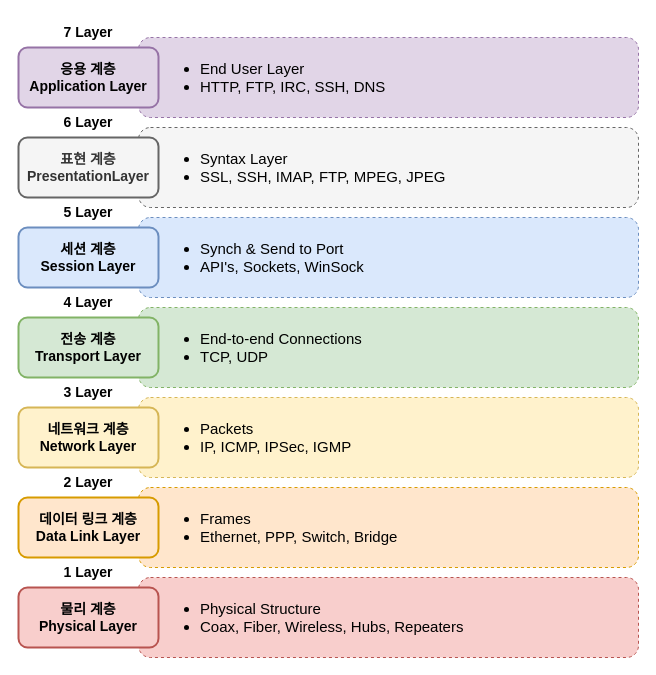
Above: page "OSI 7 Layer" (3 of 4) of assets/drawio/network-traffic-load-balancing.drawio in kos5667/kos5667.github.io (draw.io), before the change. Source tidied: cells renumbered, new cells numbered last; positions are measured from the earlier drawing's top-left corner, leaving out a move shared by most shapes. Both pictures are drawn from the tidied source at 100%, with x=0, y=0 at pixel (18, 17).
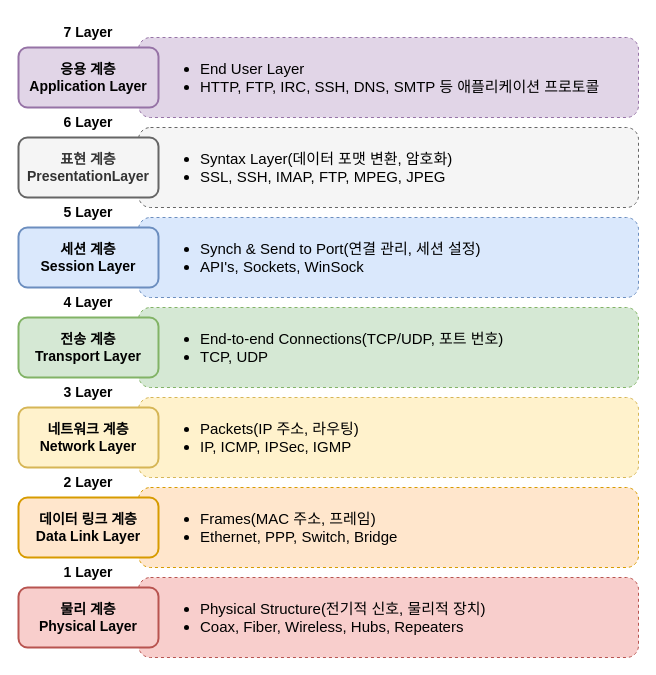
The same diagram, later.

Commit message:
type: 작성중 body: network-traffic-load-balancing.drawio

The change refers to these unchanged cells:
```xml
<mxCell id="3" style="rounded=1;whiteSpace=wrap;html=1;fillColor=#f5f5f5;fontColor=#333333;strokeColor=#666666;dashed=1;" parent="1" vertex="1">
  <mxGeometry x="120" y="110" width="500" height="80" as="geometry" />
</mxCell>
<mxCell id="5" style="rounded=1;whiteSpace=wrap;html=1;fillColor=#dae8fc;strokeColor=#6c8ebf;dashed=1;" parent="1" vertex="1">
  <mxGeometry x="120" y="200" width="500" height="80" as="geometry" />
</mxCell>
<mxCell id="7" style="rounded=1;whiteSpace=wrap;html=1;fillColor=#d5e8d4;strokeColor=#82b366;dashed=1;" parent="1" vertex="1">
  <mxGeometry x="120" y="290" width="500" height="80" as="geometry" />
</mxCell>
<mxCell id="9" style="rounded=1;whiteSpace=wrap;html=1;fillColor=#fff2cc;strokeColor=#d6b656;dashed=1;" parent="1" vertex="1">
  <mxGeometry x="120" y="380" width="500" height="80" as="geometry" />
</mxCell>
<mxCell id="11" style="rounded=1;whiteSpace=wrap;html=1;fillColor=#ffe6cc;strokeColor=#d79b00;dashed=1;" parent="1" vertex="1">
  <mxGeometry x="120" y="470" width="500" height="80" as="geometry" />
</mxCell>
<mxCell id="13" style="rounded=1;whiteSpace=wrap;html=1;fillColor=#f8cecc;strokeColor=#b85450;dashed=1;" parent="1" vertex="1">
  <mxGeometry x="120" y="560" width="500" height="80" as="geometry" />
</mxCell>
```

Diff of the diagram source:
```diff
@@
-    <mxCell id="4" value="&lt;ul style=&quot;font-size: 15px;&quot;&gt;&lt;li style=&quot;font-size: 15px;&quot;&gt;Syntax Layer&lt;/li&gt;&lt;li style=&quot;font-size: 15px;&quot;&gt;SSL, SSH, IMAP, FTP, MPEG, JPEG&lt;/li&gt;&lt;/ul&gt;" style="text;html=1;strokeColor=none;fillColor=none;align=left;verticalAlign=middle;whiteSpace=wrap;rounded=0;fontSize=15;" parent="3" vertex="1">
+    <mxCell id="4" value="&lt;ul style=&quot;font-size: 15px;&quot;&gt;&lt;li style=&quot;font-size: 15px;&quot;&gt;Syntax Layer(데이터 포맷 변환, 암호화)&lt;/li&gt;&lt;li style=&quot;font-size: 15px;&quot;&gt;SSL, SSH, IMAP, FTP, MPEG, JPEG&lt;/li&gt;&lt;/ul&gt;" style="text;html=1;strokeColor=none;fillColor=none;align=left;verticalAlign=middle;whiteSpace=wrap;rounded=0;fontSize=15;" parent="3" vertex="1">
       <mxGeometry x="20" y="10" width="466" height="60" as="geometry" />
     </mxCell>
@@
-    <mxCell id="6" value="&lt;ul style=&quot;font-size: 15px;&quot;&gt;&lt;li style=&quot;font-size: 15px;&quot;&gt;Synch &amp;amp; Send to Port&lt;/li&gt;&lt;li style=&quot;font-size: 15px;&quot;&gt;API's, Sockets, WinSock&lt;/li&gt;&lt;/ul&gt;" style="text;html=1;strokeColor=none;fillColor=none;align=left;verticalAlign=middle;whiteSpace=wrap;rounded=0;fontSize=15;" parent="5" vertex="1">
+    <mxCell id="6" value="&lt;ul style=&quot;font-size: 15px;&quot;&gt;&lt;li style=&quot;font-size: 15px;&quot;&gt;Synch &amp;amp; Send to Port(연결 관리, 세션 설정)&lt;/li&gt;&lt;li style=&quot;font-size: 15px;&quot;&gt;API's, Sockets, WinSock&lt;/li&gt;&lt;/ul&gt;" style="text;html=1;strokeColor=none;fillColor=none;align=left;verticalAlign=middle;whiteSpace=wrap;rounded=0;fontSize=15;" parent="5" vertex="1">
       <mxGeometry x="20" y="10" width="466" height="60" as="geometry" />
     </mxCell>
@@
-    <mxCell id="8" value="&lt;ul style=&quot;font-size: 15px;&quot;&gt;&lt;li style=&quot;font-size: 15px;&quot;&gt;End-to-end Connections&lt;/li&gt;&lt;li style=&quot;font-size: 15px;&quot;&gt;TCP, UDP&lt;/li&gt;&lt;/ul&gt;" style="text;html=1;strokeColor=none;fillColor=none;align=left;verticalAlign=middle;whiteSpace=wrap;rounded=0;fontSize=15;" parent="7" vertex="1">
+    <mxCell id="8" value="&lt;ul style=&quot;font-size: 15px;&quot;&gt;&lt;li style=&quot;font-size: 15px;&quot;&gt;End-to-end Connections(TCP/UDP, 포트 번호)&lt;/li&gt;&lt;li style=&quot;font-size: 15px;&quot;&gt;TCP, UDP&lt;/li&gt;&lt;/ul&gt;" style="text;html=1;strokeColor=none;fillColor=none;align=left;verticalAlign=middle;whiteSpace=wrap;rounded=0;fontSize=15;" parent="7" vertex="1">
       <mxGeometry x="20" y="10" width="466" height="60" as="geometry" />
     </mxCell>
@@
-    <mxCell id="10" value="&lt;ul style=&quot;font-size: 15px;&quot;&gt;&lt;li style=&quot;font-size: 15px;&quot;&gt;Packets&lt;/li&gt;&lt;li style=&quot;font-size: 15px;&quot;&gt;IP, ICMP, IPSec, IGMP&lt;/li&gt;&lt;/ul&gt;" style="text;html=1;strokeColor=none;fillColor=none;align=left;verticalAlign=middle;whiteSpace=wrap;rounded=0;fontSize=15;" parent="9" vertex="1">
+    <mxCell id="10" value="&lt;ul style=&quot;font-size: 15px;&quot;&gt;&lt;li style=&quot;font-size: 15px;&quot;&gt;Packets(IP 주소, 라우팅)&lt;/li&gt;&lt;li style=&quot;font-size: 15px;&quot;&gt;IP, ICMP, IPSec, IGMP&lt;/li&gt;&lt;/ul&gt;" style="text;html=1;strokeColor=none;fillColor=none;align=left;verticalAlign=middle;whiteSpace=wrap;rounded=0;fontSize=15;" parent="9" vertex="1">
       <mxGeometry x="20" y="10" width="466" height="60" as="geometry" />
     </mxCell>
@@
-    <mxCell id="12" value="&lt;ul style=&quot;font-size: 15px;&quot;&gt;&lt;li style=&quot;font-size: 15px;&quot;&gt;Frames&lt;/li&gt;&lt;li style=&quot;font-size: 15px;&quot;&gt;Ethernet, PPP, Switch, Bridge&lt;/li&gt;&lt;/ul&gt;" style="text;html=1;strokeColor=none;fillColor=none;align=left;verticalAlign=middle;whiteSpace=wrap;rounded=0;fontSize=15;" parent="11" vertex="1">
+    <mxCell id="12" value="&lt;ul style=&quot;font-size: 15px;&quot;&gt;&lt;li style=&quot;font-size: 15px;&quot;&gt;Frames(MAC 주소, 프레임)&lt;/li&gt;&lt;li style=&quot;font-size: 15px;&quot;&gt;Ethernet, PPP, Switch, Bridge&lt;/li&gt;&lt;/ul&gt;" style="text;html=1;strokeColor=none;fillColor=none;align=left;verticalAlign=middle;whiteSpace=wrap;rounded=0;fontSize=15;" parent="11" vertex="1">
       <mxGeometry x="20" y="10" width="466" height="60" as="geometry" />
     </mxCell>
@@
-    <mxCell id="14" value="&lt;ul style=&quot;font-size: 15px;&quot;&gt;&lt;li style=&quot;font-size: 15px;&quot;&gt;Physical Structure&lt;/li&gt;&lt;li style=&quot;font-size: 15px;&quot;&gt;Coax, Fiber, Wireless, Hubs, Repeaters&lt;/li&gt;&lt;/ul&gt;" style="text;html=1;strokeColor=none;fillColor=none;align=left;verticalAlign=middle;whiteSpace=wrap;rounded=0;fontSize=15;" parent="13" vertex="1">
+    <mxCell id="14" value="&lt;ul style=&quot;font-size: 15px;&quot;&gt;&lt;li style=&quot;font-size: 15px;&quot;&gt;Physical Structure(전기적 신호, 물리적 장치)&lt;/li&gt;&lt;li style=&quot;font-size: 15px;&quot;&gt;Coax, Fiber, Wireless, Hubs, Repeaters&lt;/li&gt;&lt;/ul&gt;" style="text;html=1;strokeColor=none;fillColor=none;align=left;verticalAlign=middle;whiteSpace=wrap;rounded=0;fontSize=15;" parent="13" vertex="1">
       <mxGeometry x="20" y="10" width="466" height="60" as="geometry" />
     </mxCell>
@@
-    <mxCell id="29" value="&lt;ul style=&quot;font-size: 15px;&quot;&gt;&lt;li style=&quot;font-size: 15px;&quot;&gt;End User Layer&lt;/li&gt;&lt;li style=&quot;font-size: 15px;&quot;&gt;HTTP, FTP, IRC, SSH, DNS&lt;/li&gt;&lt;/ul&gt;" style="text;html=1;strokeColor=none;fillColor=none;align=left;verticalAlign=middle;whiteSpace=wrap;rounded=0;fontSize=15;" parent="1" vertex="1">
+    <mxCell id="29" value="&lt;ul style=&quot;font-size: 15px;&quot;&gt;&lt;li style=&quot;font-size: 15px;&quot;&gt;End User Layer&lt;/li&gt;&lt;li style=&quot;font-size: 15px;&quot;&gt;HTTP, FTP, IRC, SSH, DNS, SMTP 등 애플리케이션 프로토콜&lt;/li&gt;&lt;/ul&gt;" style="text;html=1;strokeColor=none;fillColor=none;align=left;verticalAlign=middle;whiteSpace=wrap;rounded=0;fontSize=15;" parent="1" vertex="1">
       <mxGeometry x="140" y="30" width="466" height="60" as="geometry" />
     </mxCell>
```
